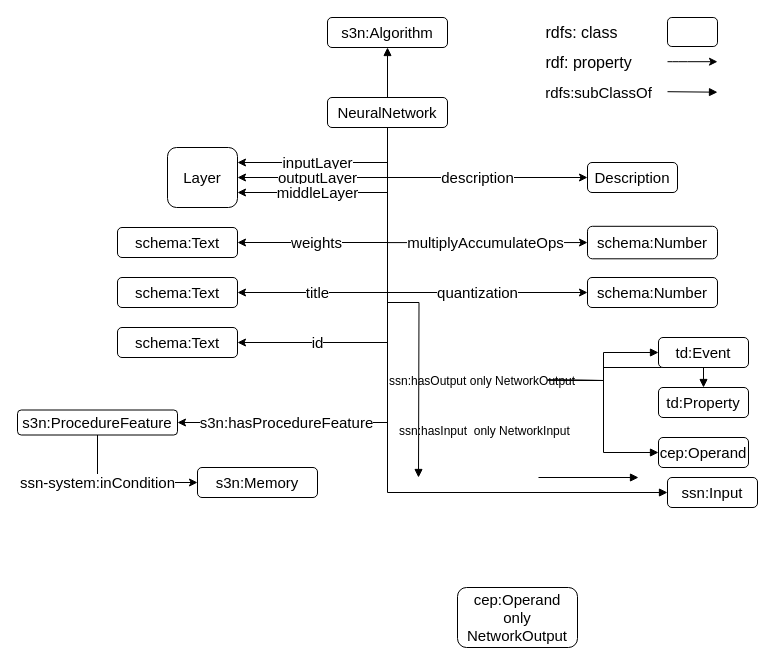
Before: Untitled Diagram 1.drawio in Haoyu-R/appendix, a draw.io diagram. Source tidied: cells renumbered, new cells numbered last; positions are measured from the earlier drawing's top-left corner, leaving out a move shared by most shapes. Both pictures are drawn from the tidied source at 100%, with x=0, y=0 at pixel (17, 17).
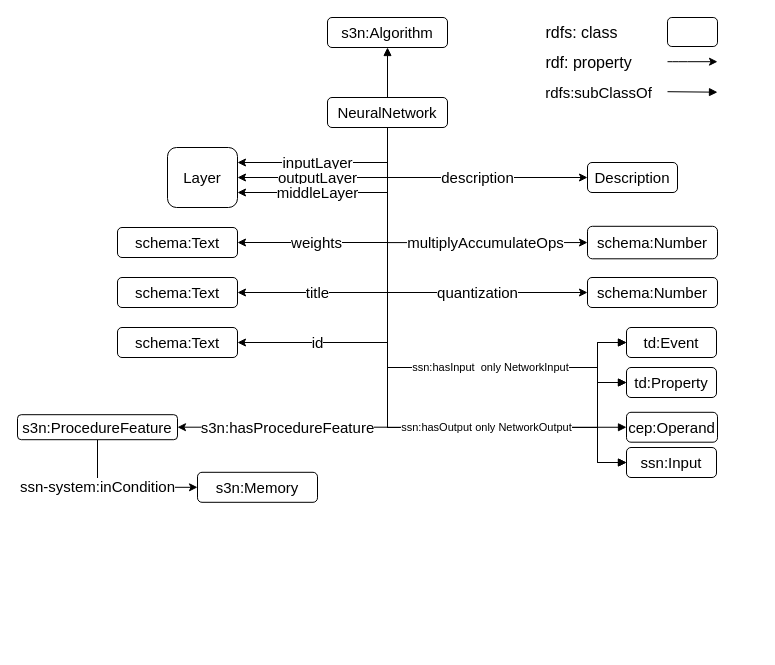
Above is the later version.

The change refers to these unchanged cells:
```xml
<mxCell id="15" value="NeuralNetwork" style="rounded=1;whiteSpace=wrap;html=1;fontSize=15;" parent="1" vertex="1">
  <mxGeometry x="310" y="80" width="120" height="30" as="geometry" />
</mxCell>
```

Change to the diagram source:
```diff
@@
-    <mxCell id="9" style="edgeStyle=orthogonalEdgeStyle;rounded=0;jettySize=auto;html=1;exitX=0.5;exitY=1;exitDx=0;exitDy=0;entryX=0;entryY=0.5;entryDx=0;entryDy=0;fontSize=15;endArrow=block;endFill=1;" parent="1" edge="1" source="15">
-      <mxGeometry x="0.6" relative="1" as="geometry">
-        <mxPoint x="401" y="460" as="targetPoint" />
-      </mxGeometry>
-    </mxCell>
@@
+    <mxCell id="47" style="edgeStyle=orthogonalEdgeStyle;rounded=0;jettySize=auto;html=1;exitX=0.5;exitY=1;exitDx=0;exitDy=0;endArrow=block;endFill=1;entryX=0;entryY=0.5;entryDx=0;entryDy=0;" parent="1" edge="1" source="15" target="43">
+      <mxGeometry relative="1" as="geometry">
+        <Array as="points">
+          <mxPoint x="370" y="350" />
+          <mxPoint x="580" y="350" />
+          <mxPoint x="580" y="365" />
+        </Array>
+      </mxGeometry>
+    </mxCell>
+    <mxCell id="27" style="edgeStyle=orthogonalEdgeStyle;rounded=0;jettySize=auto;html=1;exitX=0.5;exitY=1;exitDx=0;exitDy=0;endArrow=block;endFill=1;entryX=0;entryY=0.5;entryDx=0;entryDy=0;" parent="1" edge="1" source="15" target="44">
+      <mxGeometry relative="1" as="geometry">
+        <Array as="points">
+          <mxPoint x="370" y="350" />
+          <mxPoint x="580" y="350" />
+          <mxPoint x="580" y="445" />
+        </Array>
+      </mxGeometry>
+    </mxCell>
+    <mxCell id="46" value="ssn:hasInput&amp;nbsp; only NetworkInput" style="edgeStyle=orthogonalEdgeStyle;rounded=0;jettySize=auto;html=1;exitX=0.5;exitY=1;exitDx=0;exitDy=0;endArrow=block;endFill=1;entryX=0;entryY=0.5;entryDx=0;entryDy=0;" parent="1" edge="1" source="15" target="41">
+      <mxGeometry x="0.36" relative="1" as="geometry">
+        <Array as="points">
+          <mxPoint x="370" y="350" />
+          <mxPoint x="580" y="350" />
+          <mxPoint x="580" y="325" />
+        </Array>
+      </mxGeometry>
+    </mxCell>
+    <mxCell id="48" style="edgeStyle=orthogonalEdgeStyle;rounded=0;jettySize=auto;html=1;exitX=0.5;exitY=1;exitDx=0;exitDy=0;endArrow=block;endFill=1;entryX=0;entryY=0.5;entryDx=0;entryDy=0;" parent="1" edge="1" source="15" target="41">
+      <mxGeometry relative="1" as="geometry">
+        <Array as="points">
+          <mxPoint x="370" y="410" />
+          <mxPoint x="580" y="410" />
+          <mxPoint x="580" y="325" />
+        </Array>
+      </mxGeometry>
+    </mxCell>
+    <mxCell id="49" style="edgeStyle=orthogonalEdgeStyle;rounded=0;jettySize=auto;html=1;exitX=0.5;exitY=1;exitDx=0;exitDy=0;endArrow=block;endFill=1;entryX=0;entryY=0.5;entryDx=0;entryDy=0;" parent="1" edge="1" source="15" target="43">
+      <mxGeometry relative="1" as="geometry">
+        <Array as="points">
+          <mxPoint x="370" y="410" />
+          <mxPoint x="580" y="410" />
+          <mxPoint x="580" y="365" />
+        </Array>
+      </mxGeometry>
+    </mxCell>
+    <mxCell id="50" style="edgeStyle=orthogonalEdgeStyle;rounded=0;jettySize=auto;html=1;exitX=0.5;exitY=1;exitDx=0;exitDy=0;endArrow=block;endFill=1;entryX=0;entryY=0.5;entryDx=0;entryDy=0;" parent="1" edge="1" source="15" target="40">
+      <mxGeometry relative="1" as="geometry">
+        <Array as="points">
+          <mxPoint x="370" y="410" />
+        </Array>
+      </mxGeometry>
+    </mxCell>
+    <mxCell id="45" value="ssn:hasOutput only NetworkOutput" style="edgeStyle=orthogonalEdgeStyle;rounded=0;jettySize=auto;html=1;exitX=0.5;exitY=1;exitDx=0;exitDy=0;endArrow=block;endFill=1;entryX=0;entryY=0.5;entryDx=0;entryDy=0;" parent="1" edge="1" source="15" target="44">
+      <mxGeometry x="0.39" relative="1" as="geometry">
+        <Array as="points">
+          <mxPoint x="370" y="410" />
+          <mxPoint x="580" y="410" />
+          <mxPoint x="580" y="445" />
+        </Array>
+      </mxGeometry>
+    </mxCell>
@@
     <mxCell id="23" style="edgeStyle=orthogonalEdgeStyle;rounded=0;orthogonalLoop=1;jettySize=auto;html=1;exitX=0.5;exitY=1;exitDx=0;exitDy=0;fontSize=15;" parent="1" edge="1">
       <mxGeometry relative="1" as="geometry">
-        <mxPoint x="666" y="475" as="sourcePoint" />
-        <mxPoint x="666" y="475" as="targetPoint" />
+        <mxPoint x="705" y="475" as="sourcePoint" />
+        <mxPoint x="705" y="475" as="targetPoint" />
       </mxGeometry>
     </mxCell>
-    <mxCell id="24" style="edgeStyle=orthogonalEdgeStyle;rounded=0;jettySize=auto;html=1;exitX=1;exitY=0.5;exitDx=0;exitDy=0;entryX=0;entryY=0.5;entryDx=0;entryDy=0;endArrow=block;endFill=1;" parent="1" edge="1" target="41">
-      <mxGeometry relative="1" as="geometry">
-        <mxPoint x="530" y="362.5" as="sourcePoint" />
-      </mxGeometry>
-    </mxCell>
-    <mxCell id="25" style="edgeStyle=orthogonalEdgeStyle;rounded=0;jettySize=auto;html=1;exitX=1;exitY=0.5;exitDx=0;exitDy=0;endArrow=block;endFill=1;" parent="1" edge="1" target="43">
-      <mxGeometry relative="1" as="geometry">
-        <mxPoint x="530" y="362.5" as="sourcePoint" />
-      </mxGeometry>
-    </mxCell>
-    <mxCell id="26" style="edgeStyle=orthogonalEdgeStyle;rounded=0;jettySize=auto;html=1;exitX=1;exitY=0.5;exitDx=0;exitDy=0;entryX=0;entryY=0.5;entryDx=0;entryDy=0;endArrow=block;endFill=1;" parent="1" edge="1" target="40">
-      <mxGeometry relative="1" as="geometry">
-        <mxPoint x="530" y="362.5" as="sourcePoint" />
-      </mxGeometry>
-    </mxCell>
-    <mxCell id="27" style="edgeStyle=orthogonalEdgeStyle;rounded=0;jettySize=auto;html=1;exitX=0.5;exitY=1;exitDx=0;exitDy=0;entryX=0;entryY=0.5;entryDx=0;entryDy=0;endArrow=block;endFill=1;" parent="1" edge="1" source="15" target="44">
-      <mxGeometry relative="1" as="geometry" />
-    </mxCell>
@@
     <mxCell id="33" value="ssn-system:inCondition" style="edgeStyle=orthogonalEdgeStyle;rounded=0;jettySize=auto;html=1;exitX=0.5;exitY=1;exitDx=0;exitDy=0;entryX=0;entryY=0.5;entryDx=0;entryDy=0;fontSize=15;endArrow=classic;endFill=1;" parent="1" edge="1" source="34" target="35">
       <mxGeometry x="-0.36" relative="1" as="geometry">
         <Array as="points">
-          <mxPoint x="80" y="465" />
+          <mxPoint x="80" y="469.8" />
         </Array>
       </mxGeometry>
     </mxCell>
     <mxCell id="34" value="s3n:ProcedureFeature" style="rounded=1;whiteSpace=wrap;html=1;fontSize=15;" parent="1" vertex="1">
-      <mxGeometry y="392.5" width="160" height="25" as="geometry" />
+      <mxGeometry y="397.2" width="160" height="25" as="geometry" />
     </mxCell>
     <mxCell id="35" value="s3n:Memory" style="rounded=1;whiteSpace=wrap;html=1;fontSize=15;" parent="1" vertex="1">
-      <mxGeometry x="180" y="450" width="120" height="30" as="geometry" />
+      <mxGeometry x="180" y="454.8" width="120" height="30" as="geometry" />
     </mxCell>
-    <mxCell id="36" style="endArrow=block;html=1;fontSize=16;endFill=1;exitX=1;exitY=0.5;exitDx=0;exitDy=0;entryX=0;entryY=0.5;entryDx=0;entryDy=0;" parent="1" edge="1">
-      <mxGeometry relative="1" as="geometry">
-        <mxPoint x="521" y="460" as="sourcePoint" />
-        <mxPoint x="621" y="460" as="targetPoint" />
-      </mxGeometry>
-    </mxCell>
@@
     <mxCell id="38" style="edgeStyle=orthogonalEdgeStyle;rounded=0;orthogonalLoop=1;jettySize=auto;html=1;exitX=0.5;exitY=1;exitDx=0;exitDy=0;" parent="1" edge="1">
       <mxGeometry relative="1" as="geometry">
-        <mxPoint x="655" y="377.5" as="sourcePoint" />
-        <mxPoint x="655" y="377.5" as="targetPoint" />
+        <mxPoint x="694" y="377.5" as="sourcePoint" />
+        <mxPoint x="694" y="377.5" as="targetPoint" />
       </mxGeometry>
     </mxCell>
-    <mxCell id="39" value="cep:Operand only NetworkOutput" style="rounded=1;whiteSpace=wrap;html=1;fontSize=15;" parent="1" vertex="1">
-      <mxGeometry x="440" y="570" width="120" height="60" as="geometry" />
-    </mxCell>
     <mxCell id="40" value="cep:Operand" style="rounded=1;whiteSpace=wrap;html=1;fontSize=15;" parent="1" vertex="1">
-      <mxGeometry x="641" y="420" width="90" height="30" as="geometry" />
+      <mxGeometry x="609" y="394.8" width="91" height="29.9" as="geometry" />
     </mxCell>
     <mxCell id="41" value="td:Event" style="rounded=1;whiteSpace=wrap;html=1;fontSize=15;" parent="1" vertex="1">
-      <mxGeometry x="641" y="320" width="90" height="30" as="geometry" />
+      <mxGeometry x="609" y="310" width="90" height="30" as="geometry" />
     </mxCell>
@@
     <mxCell id="43" value="td:Property" style="rounded=1;whiteSpace=wrap;html=1;fontSize=15;" parent="1" vertex="1">
-      <mxGeometry x="641" y="370" width="90" height="30" as="geometry" />
+      <mxGeometry x="609" y="350" width="90" height="30" as="geometry" />
     </mxCell>
     <mxCell id="44" value="ssn:Input" style="rounded=1;whiteSpace=wrap;html=1;fontSize=15;" parent="1" vertex="1">
-      <mxGeometry x="650" y="460" width="90" height="30" as="geometry" />
+      <mxGeometry x="609" y="430" width="90" height="30" as="geometry" />
     </mxCell>
-    <mxCell id="45" value="ssn:hasOutput only NetworkOutput" style="text;whiteSpace=wrap;html=1;" parent="1" vertex="1">
-      <mxGeometry x="370" y="350" width="210" height="30" as="geometry" />
-    </mxCell>
-    <mxCell id="46" value="ssn:hasInput&amp;nbsp; only NetworkInput" style="text;whiteSpace=wrap;html=1;" parent="1" vertex="1">
-      <mxGeometry x="380" y="400" width="200" height="30" as="geometry" />
-    </mxCell>
```
